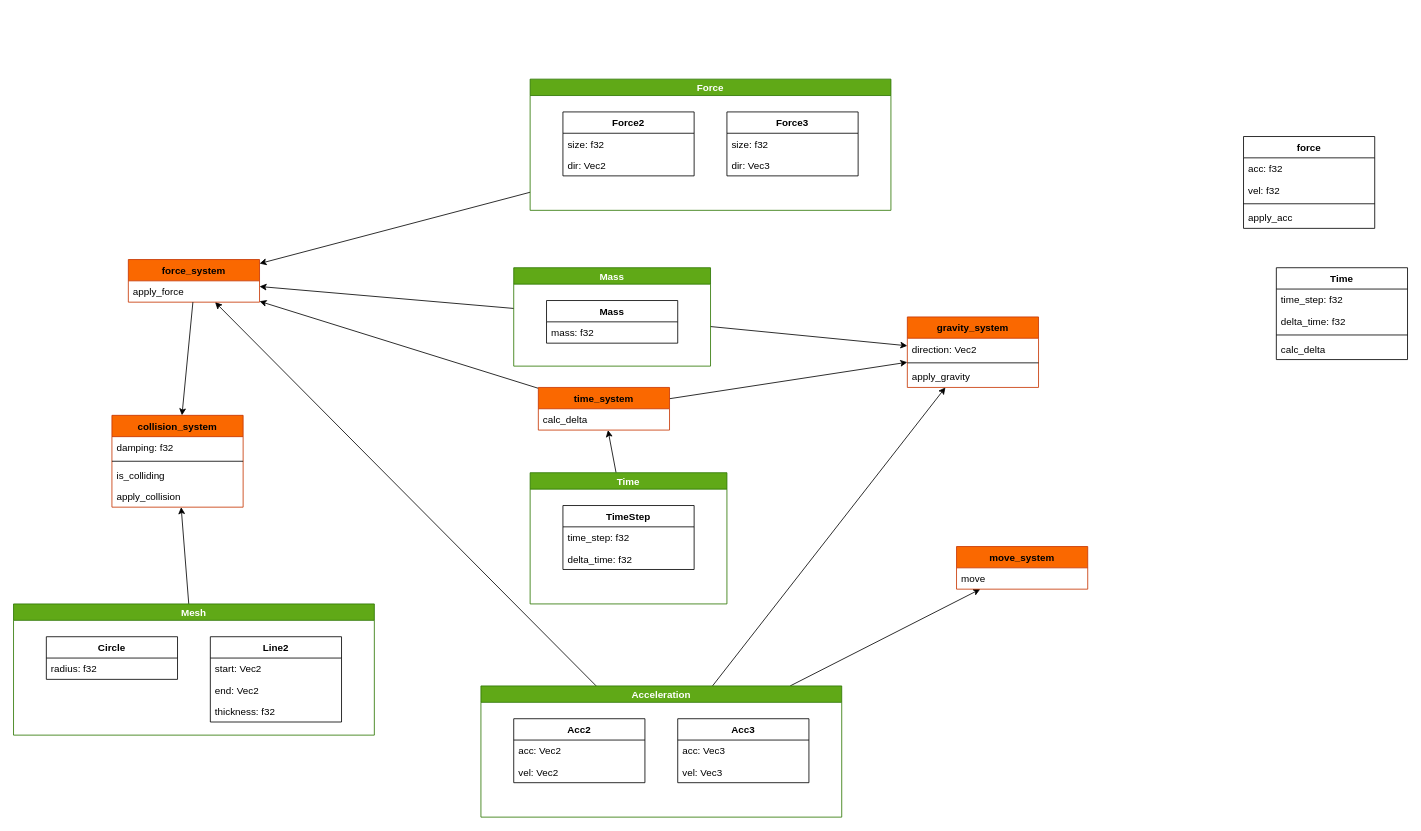
The draw.io diagram uml.drawio in philipandwaffle/physics_engine, before the edit. Source tidied: cells renumbered, new cells numbered last; positions are measured from the earlier drawing's top-left corner, leaving out a move shared by most shapes. Both pictures are drawn from the tidied source at 82%, with x=0, y=0 at pixel (13, 79).
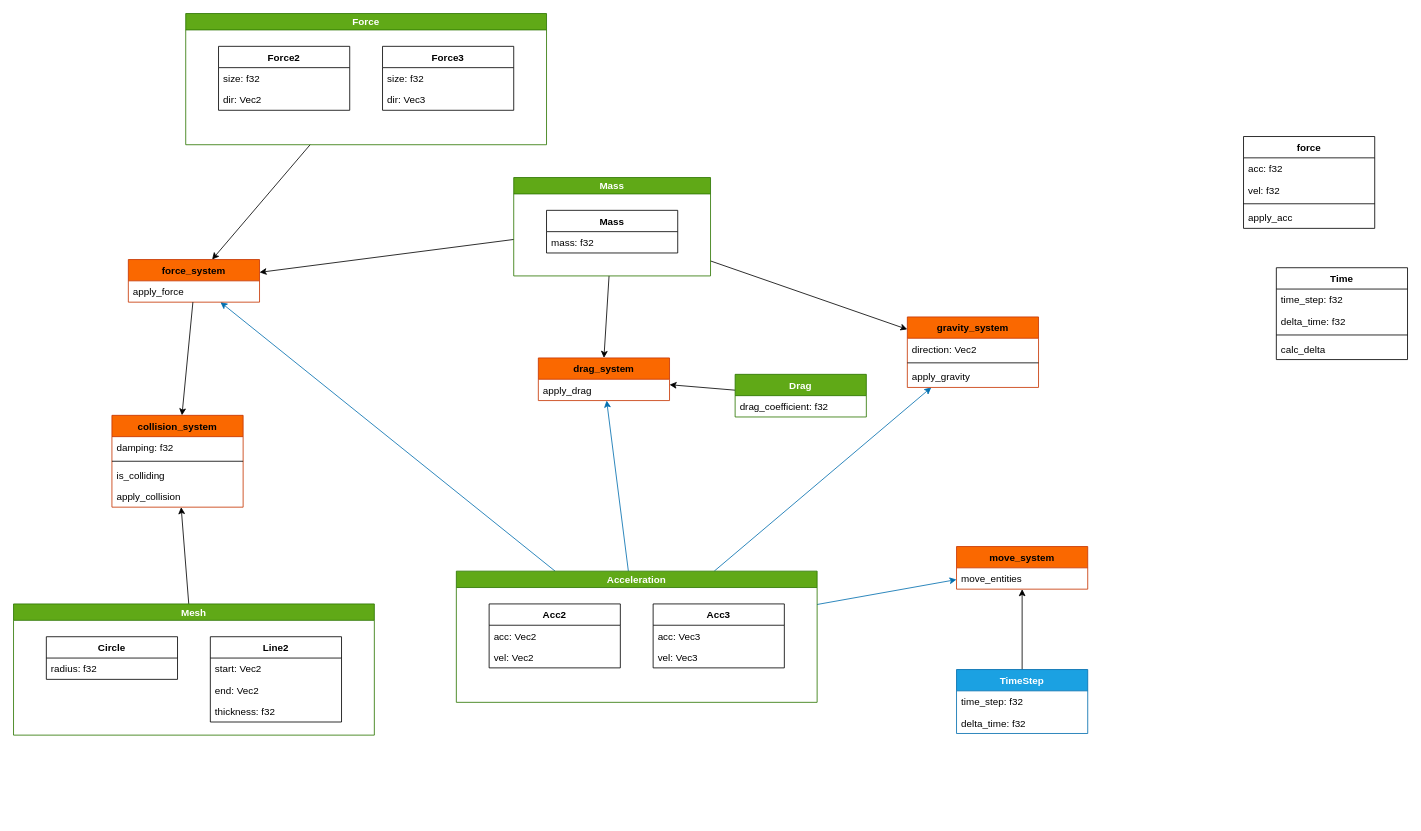
Above is the later version.

Commit message (it also covers changes not shown here):
added momement system, drag system needs more work

The change refers to these unchanged cells:
```xml
<mxCell id="14" value="force_system" style="swimlane;fontStyle=1;align=center;verticalAlign=top;horizontal=1;startSize=26;fillColor=#fa6800;fontColor=#000000;strokeColor=#C73500;" parent="1" vertex="1">
  <mxGeometry x="140" y="220" width="160" height="52" as="geometry" />
</mxCell>
<mxCell id="53" value="gravity_system" style="swimlane;fontStyle=1;align=center;verticalAlign=top;horizontal=1;startSize=26;fillColor=#fa6800;fontColor=#000000;strokeColor=#C73500;" parent="1" vertex="1">
  <mxGeometry x="1090" y="290" width="160" height="86" as="geometry" />
</mxCell>
<mxCell id="62" value="move_system" style="swimlane;fontStyle=1;align=center;verticalAlign=top;horizontal=1;startSize=26;fillColor=#fa6800;fontColor=#000000;strokeColor=#C73500;" parent="1" vertex="1">
  <mxGeometry x="1150" y="570" width="160" height="52" as="geometry" />
</mxCell>
```

The edit, as a diff of the source:
```diff
@@
-    <mxCell id="12" style="edgeStyle=none;html=1;" parent="1" edge="1" source="25" target="14">
+    <mxCell id="12" style="edgeStyle=none;html=1;fillColor=#1ba1e2;strokeColor=#006EAF;" parent="1" edge="1" source="25" target="14">
       <mxGeometry relative="1" as="geometry" />
     </mxCell>
@@
     <mxCell id="16" value="Force" style="swimlane;startSize=20;fillColor=#60a917;fontColor=#ffffff;strokeColor=#2D7600;" parent="1" vertex="1">
-      <mxGeometry x="630" width="440" height="160" as="geometry" />
+      <mxGeometry x="210" y="-80" width="440" height="160" as="geometry" />
     </mxCell>
@@
-    <mxCell id="23" style="edgeStyle=none;html=1;" parent="1" edge="1" source="25" target="53">
+    <mxCell id="23" style="edgeStyle=none;html=1;fillColor=#1ba1e2;strokeColor=#006EAF;" parent="1" edge="1" source="25" target="53">
       <mxGeometry relative="1" as="geometry" />
     </mxCell>
-    <mxCell id="24" style="edgeStyle=none;html=1;" parent="1" edge="1" source="25" target="62">
+    <mxCell id="24" style="edgeStyle=none;html=1;fillColor=#1ba1e2;strokeColor=#006EAF;" parent="1" edge="1" source="25" target="62">
       <mxGeometry relative="1" as="geometry" />
     </mxCell>
+    <mxCell id="66" style="edgeStyle=none;html=1;fillColor=#1ba1e2;strokeColor=#006EAF;" parent="1" edge="1" source="25" target="70">
+      <mxGeometry relative="1" as="geometry" />
+    </mxCell>
     <mxCell id="25" value="Acceleration" style="swimlane;startSize=20;fillColor=#60a917;fontColor=#ffffff;strokeColor=#2D7600;" parent="1" vertex="1">
-      <mxGeometry x="570" y="740" width="440" height="160" as="geometry" />
+      <mxGeometry x="540" y="600" width="440" height="160" as="geometry" />
     </mxCell>
@@
+    <mxCell id="67" style="edgeStyle=none;html=1;entryX=0.5;entryY=0;entryDx=0;entryDy=0;" parent="1" edge="1" source="42" target="70">
+      <mxGeometry relative="1" as="geometry" />
+    </mxCell>
     <mxCell id="42" value="Mass" style="swimlane;startSize=20;fillColor=#60a917;fontColor=#ffffff;strokeColor=#2D7600;" parent="1" vertex="1">
-      <mxGeometry x="610" y="230" width="240" height="120" as="geometry" />
+      <mxGeometry x="610" y="120" width="240" height="120" as="geometry" />
     </mxCell>
@@
-    <mxCell id="45" style="edgeStyle=none;html=1;" parent="1" edge="1" source="64" target="14">
+    <mxCell id="45" style="edgeStyle=none;html=1;" parent="1" edge="1" source="49" target="62">
       <mxGeometry relative="1" as="geometry" />
     </mxCell>
-    <mxCell id="46" style="edgeStyle=none;html=1;" parent="1" edge="1" source="64" target="53">
-      <mxGeometry relative="1" as="geometry" />
-    </mxCell>
-    <mxCell id="47" style="edgeStyle=none;html=1;" parent="1" edge="1" source="48" target="64">
-      <mxGeometry relative="1" as="geometry" />
-    </mxCell>
-    <mxCell id="48" value="Time" style="swimlane;startSize=20;fillColor=#60a917;fontColor=#ffffff;strokeColor=#2D7600;" parent="1" vertex="1">
-      <mxGeometry x="630" y="480" width="240" height="160" as="geometry" />
-    </mxCell>
-    <mxCell id="49" value="TimeStep" style="swimlane;fontStyle=1;align=center;verticalAlign=top;horizontal=1;startSize=26;" parent="48" vertex="1">
-      <mxGeometry x="40" y="40" width="160" height="78" as="geometry" />
-    </mxCell>
-    <mxCell id="50" value="time_step: f32" style="text;strokeColor=none;fillColor=none;align=left;verticalAlign=top;spacingLeft=4;spacingRight=4;overflow=hidden;" parent="49" vertex="1">
-      <mxGeometry y="26" width="160" height="26" as="geometry" />
-    </mxCell>
-    <mxCell id="51" value="delta_time: f32" style="text;strokeColor=none;fillColor=none;align=left;verticalAlign=top;spacingLeft=4;spacingRight=4;overflow=hidden;" parent="49" vertex="1">
-      <mxGeometry y="52" width="160" height="26" as="geometry" />
-    </mxCell>
@@
-    <mxCell id="63" value="move" style="text;strokeColor=none;fillColor=none;align=left;verticalAlign=top;spacingLeft=4;spacingRight=4;overflow=hidden;" parent="62" vertex="1">
+    <mxCell id="63" value="move_entities" style="text;strokeColor=none;fillColor=none;align=left;verticalAlign=top;spacingLeft=4;spacingRight=4;overflow=hidden;" parent="62" vertex="1">
       <mxGeometry y="26" width="160" height="26" as="geometry" />
     </mxCell>
-    <mxCell id="64" value="time_system" style="swimlane;fontStyle=1;align=center;verticalAlign=top;horizontal=1;startSize=26;fillColor=#fa6800;fontColor=#000000;strokeColor=#C73500;" parent="1" vertex="1">
-      <mxGeometry x="640" y="376" width="160" height="52" as="geometry" />
-    </mxCell>
-    <mxCell id="65" value="calc_delta" style="text;strokeColor=none;fillColor=none;align=left;verticalAlign=top;spacingLeft=4;spacingRight=4;overflow=hidden;" parent="64" vertex="1">
-      <mxGeometry y="26" width="160" height="26" as="geometry" />
-    </mxCell>
+    <mxCell id="49" value="TimeStep" style="swimlane;fontStyle=1;align=center;verticalAlign=top;horizontal=1;startSize=26;fillColor=#1ba1e2;fontColor=#ffffff;strokeColor=#006EAF;" parent="1" vertex="1">
+      <mxGeometry x="1150" y="720" width="160" height="78" as="geometry" />
+    </mxCell>
+    <mxCell id="50" value="time_step: f32" style="text;strokeColor=none;fillColor=none;align=left;verticalAlign=top;spacingLeft=4;spacingRight=4;overflow=hidden;" parent="49" vertex="1">
+      <mxGeometry y="26" width="160" height="26" as="geometry" />
+    </mxCell>
+    <mxCell id="51" value="delta_time: f32" style="text;strokeColor=none;fillColor=none;align=left;verticalAlign=top;spacingLeft=4;spacingRight=4;overflow=hidden;" parent="49" vertex="1">
+      <mxGeometry y="52" width="160" height="26" as="geometry" />
+    </mxCell>
+    <mxCell id="68" style="edgeStyle=none;html=1;" parent="1" edge="1" source="47" target="70">
+      <mxGeometry relative="1" as="geometry" />
+    </mxCell>
+    <mxCell id="47" value="Drag" style="swimlane;fontStyle=1;align=center;verticalAlign=top;horizontal=1;startSize=26;fillColor=#60a917;fontColor=#ffffff;strokeColor=#2D7600;" parent="1" vertex="1">
+      <mxGeometry x="880" y="360" width="160" height="52" as="geometry" />
+    </mxCell>
+    <mxCell id="69" value="drag_coefficient: f32" style="text;strokeColor=none;fillColor=none;align=left;verticalAlign=top;spacingLeft=4;spacingRight=4;overflow=hidden;" parent="47" vertex="1">
+      <mxGeometry y="26" width="160" height="26" as="geometry" />
+    </mxCell>
+    <mxCell id="70" value="drag_system" style="swimlane;fontStyle=1;align=center;verticalAlign=top;horizontal=1;startSize=26;fillColor=#fa6800;fontColor=#000000;strokeColor=#C73500;" parent="1" vertex="1">
+      <mxGeometry x="640" y="340" width="160" height="52" as="geometry" />
+    </mxCell>
+    <mxCell id="71" value="apply_drag" style="text;strokeColor=none;fillColor=none;align=left;verticalAlign=top;spacingLeft=4;spacingRight=4;overflow=hidden;" parent="70" vertex="1">
+      <mxGeometry y="26" width="160" height="26" as="geometry" />
+    </mxCell>
```
